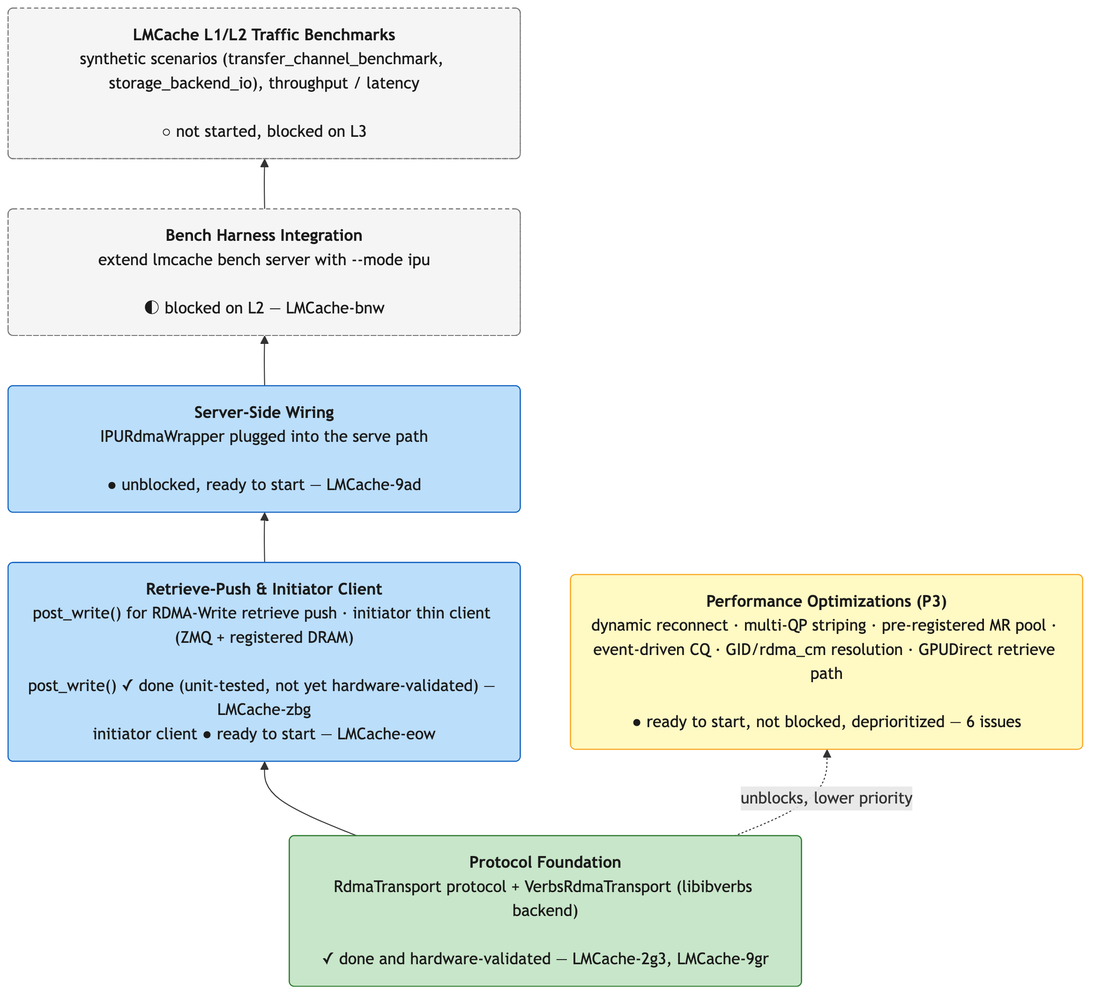
tsg-/LMCache keeps this Mermaid diagram as docs/design/v1/platform/rdma-dev-status-stack.png. Above is the earlier version. Its source is kept beside it as docs/design/v1/platform/rdma-dev-status-stack.mmd. The source it was exported from:
```mermaid
graph BT
    L0("<div style='width:480px'><b>Protocol Foundation</b><br/>RdmaTransport protocol + VerbsRdmaTransport (libibverbs backend)<br/><br/>✓ done and hardware-validated &mdash; LMCache-2g3, LMCache-9gr</div>")
    L1("<div style='width:480px'><b>Retrieve-Push &amp; Initiator Client</b><br/>post_write() for RDMA-Write retrieve push &middot; initiator thin client (ZMQ + registered DRAM)<br/><br/>post_write() ✓ done (unit-tested, not yet hardware-validated) &mdash; LMCache-zbg<br/>initiator client ● ready to start &mdash; LMCache-eow</div>")
    L2("<div style='width:480px'><b>Server-Side Wiring</b><br/>IPURdmaWrapper plugged into the serve path<br/><br/>● unblocked, ready to start &mdash; LMCache-9ad</div>")
    L3("<div style='width:480px'><b>Bench Harness Integration</b><br/>extend lmcache bench server with --mode ipu<br/><br/>◐ blocked on L2 &mdash; LMCache-bnw</div>")
    L4("<div style='width:480px'><b>LMCache L1/L2 Traffic Benchmarks</b><br/>synthetic scenarios (transfer_channel_benchmark, storage_backend_io), throughput / latency<br/><br/>○ not started, blocked on L3</div>")
    SIDE("<div style='width:480px'><b>Performance Optimizations (P3)</b><br/>dynamic reconnect &middot; multi-QP striping &middot; pre-registered MR pool &middot; event-driven CQ &middot; GID/rdma_cm resolution &middot; GPUDirect retrieve path<br/><br/>● ready to start, not blocked, deprioritized &mdash; 6 issues</div>")

    L0 --> L1 --> L2 --> L3 --> L4
    L0 -.unblocks, lower priority.-> SIDE

    classDef done fill:#c8e6c9,stroke:#2e7d32,stroke-width:1px,color:#1b1b1b
    classDef ready fill:#bbdefb,stroke:#1565c0,stroke-width:1px,color:#1b1b1b
    classDef blocked fill:#f5f5f5,stroke:#757575,stroke-width:1px,stroke-dasharray:4 3,color:#1b1b1b
    classDef notstarted fill:#f5f5f5,stroke:#757575,stroke-width:1px,stroke-dasharray:4 3,color:#1b1b1b
    classDef backlog fill:#fff9c4,stroke:#f9a825,stroke-width:1px,color:#1b1b1b

    class L0 done
    class L1,L2 ready
    class L3 blocked
    class L4 notstarted
    class SIDE backlog
```
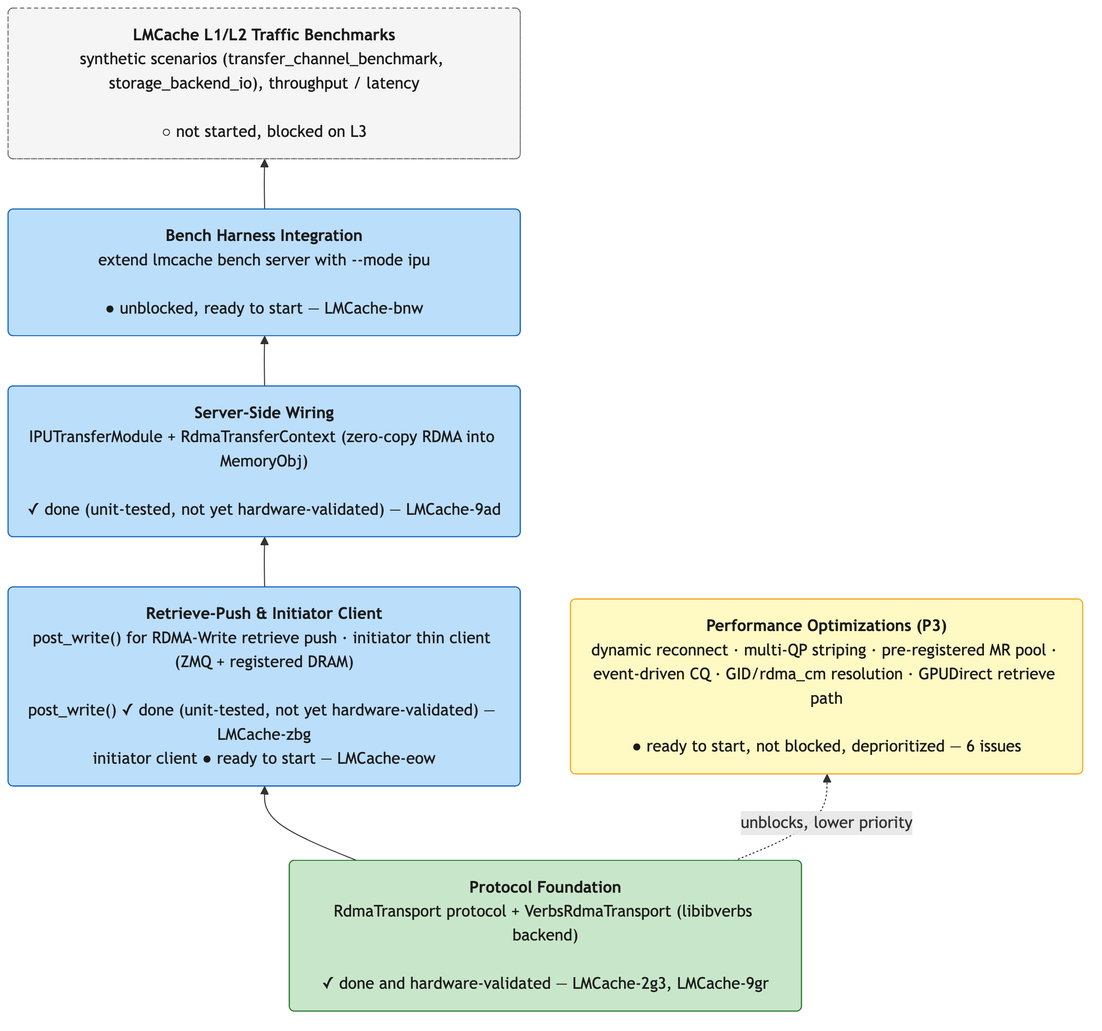
The same diagram one commit later.

Diff of the diagram source:
```diff
@@ -1,8 +1,8 @@
 graph BT
     L0("<div style='width:480px'><b>Protocol Foundation</b><br/>RdmaTransport protocol + VerbsRdmaTransport (libibverbs backend)<br/><br/>✓ done and hardware-validated &mdash; LMCache-2g3, LMCache-9gr</div>")
     L1("<div style='width:480px'><b>Retrieve-Push &amp; Initiator Client</b><br/>post_write() for RDMA-Write retrieve push &middot; initiator thin client (ZMQ + registered DRAM)<br/><br/>post_write() ✓ done (unit-tested, not yet hardware-validated) &mdash; LMCache-zbg<br/>initiator client ● ready to start &mdash; LMCache-eow</div>")
-    L2("<div style='width:480px'><b>Server-Side Wiring</b><br/>IPURdmaWrapper plugged into the serve path<br/><br/>● unblocked, ready to start &mdash; LMCache-9ad</div>")
-    L3("<div style='width:480px'><b>Bench Harness Integration</b><br/>extend lmcache bench server with --mode ipu<br/><br/>◐ blocked on L2 &mdash; LMCache-bnw</div>")
+    L2("<div style='width:480px'><b>Server-Side Wiring</b><br/>IPUTransferModule + RdmaTransferContext (zero-copy RDMA into MemoryObj)<br/><br/>✓ done (unit-tested, not yet hardware-validated) &mdash; LMCache-9ad</div>")
+    L3("<div style='width:480px'><b>Bench Harness Integration</b><br/>extend lmcache bench server with --mode ipu<br/><br/>● unblocked, ready to start &mdash; LMCache-bnw</div>")
     L4("<div style='width:480px'><b>LMCache L1/L2 Traffic Benchmarks</b><br/>synthetic scenarios (transfer_channel_benchmark, storage_backend_io), throughput / latency<br/><br/>○ not started, blocked on L3</div>")
     SIDE("<div style='width:480px'><b>Performance Optimizations (P3)</b><br/>dynamic reconnect &middot; multi-QP striping &middot; pre-registered MR pool &middot; event-driven CQ &middot; GID/rdma_cm resolution &middot; GPUDirect retrieve path<br/><br/>● ready to start, not blocked, deprioritized &mdash; 6 issues</div>")
 
@@ -16,7 +16,6 @@
     classDef backlog fill:#fff9c4,stroke:#f9a825,stroke-width:1px,color:#1b1b1b
 
     class L0 done
-    class L1,L2 ready
-    class L3 blocked
+    class L1,L2,L3 ready
     class L4 notstarted
     class SIDE backlog
```
